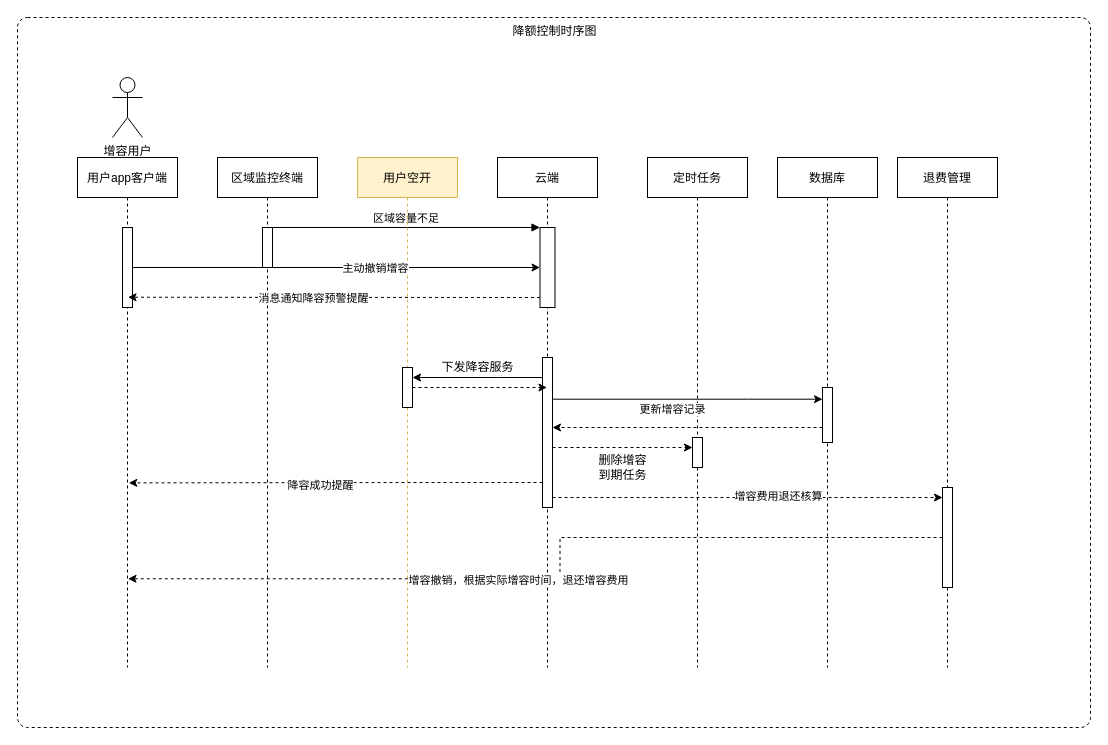
This is 降额控制流程时序图.drawio from chenzhi666/doc, a draw.io file, before an edit. Source tidied: cells renumbered, new cells numbered last; positions are measured from the earlier drawing's top-left corner, leaving out a move shared by most shapes. Both pictures are drawn from the tidied source at 100%, with x=0, y=0 at pixel (17, 17).
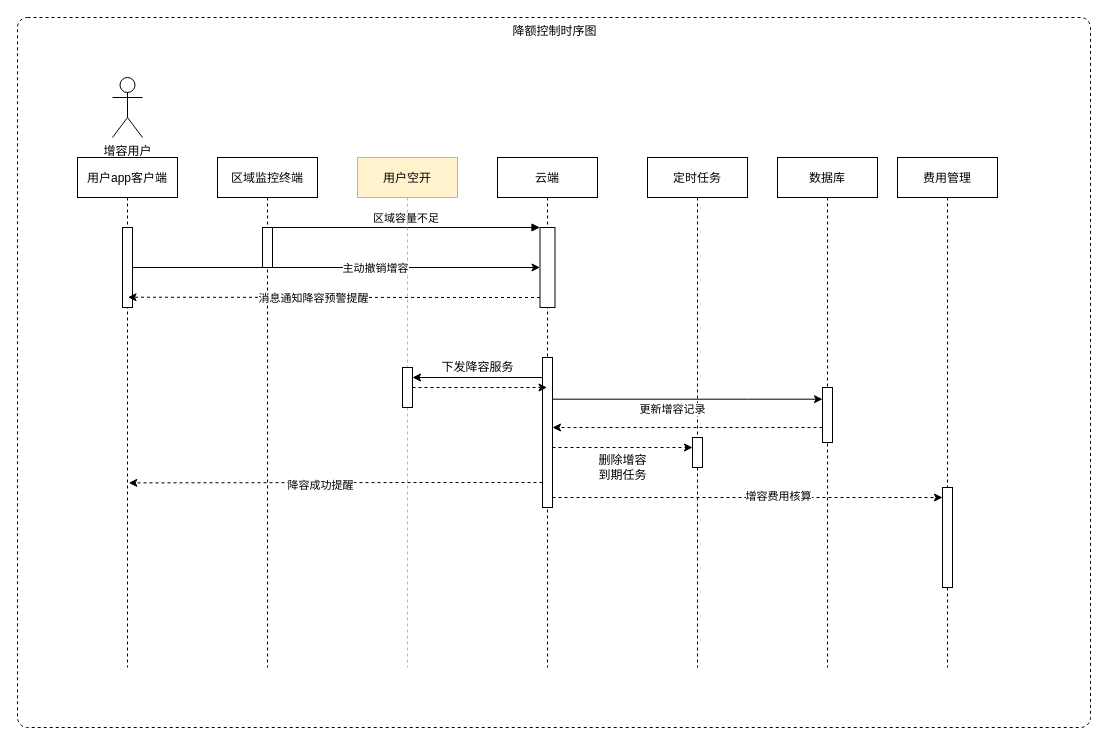
After the change.

Commit message:
Update 降额控制流程时序图.drawio

The change refers to these unchanged cells:
```xml
<mxCell id="17" value="用户app客户端" style="shape=umlLifeline;perimeter=lifelinePerimeter;rounded=0;shadow=0;strokeWidth=1;" parent="1" vertex="1">
  <mxGeometry x="60" y="140" width="100" height="510" as="geometry" />
</mxCell>
<mxCell id="20" style="html=1;points=[];perimeter=orthogonalPerimeter;" parent="19" vertex="1">
  <mxGeometry x="45" y="330" width="10" height="100" as="geometry" />
</mxCell>
<mxCell id="30" style="edgeStyle=orthogonalEdgeStyle;rounded=0;jettySize=auto;html=1;dashed=1;" parent="1" edge="1" source="7" target="20">
  <mxGeometry relative="1" as="geometry">
    <Array as="points">
      <mxPoint x="860" y="480" />
      <mxPoint x="860" y="480" />
    </Array>
  </mxGeometry>
</mxCell>
```

Change to the diagram source:
```diff
@@
-    <mxCell id="19" value="退费管理" style="shape=umlLifeline;perimeter=lifelinePerimeter;rounded=0;shadow=0;strokeWidth=1;" parent="1" vertex="1">
+    <mxCell id="19" value="费用管理" style="shape=umlLifeline;perimeter=lifelinePerimeter;rounded=0;shadow=0;strokeWidth=1;" parent="1" vertex="1">
       <mxGeometry x="880" y="140" width="100" height="510" as="geometry" />
     </mxCell>
@@
-    <mxCell id="31" value="增容费用退还核算" style="edgeLabel;html=1;align=center;verticalAlign=middle;" parent="30" vertex="1">
+    <mxCell id="31" value="增容费用核算" style="edgeLabel;html=1;align=center;verticalAlign=middle;" parent="30" vertex="1">
       <mxGeometry x="0.18" y="2" relative="1" as="geometry">
         <mxPoint x="-5" as="offset" />
       </mxGeometry>
     </mxCell>
-    <mxCell id="32" style="edgeStyle=orthogonalEdgeStyle;rounded=0;jettySize=auto;html=1;entryX=0.505;entryY=0.826;entryDx=0;entryDy=0;entryPerimeter=0;dashed=1;" parent="1" edge="1" source="20" target="17">
-      <mxGeometry relative="1" as="geometry" />
-    </mxCell>
-    <mxCell id="33" value="增容撤销，根据实际增容时间，退还增容费用" style="edgeLabel;html=1;align=center;verticalAlign=middle;" parent="32" vertex="1">
-      <mxGeometry x="0.09" y="1" relative="1" as="geometry" />
-    </mxCell>
```
